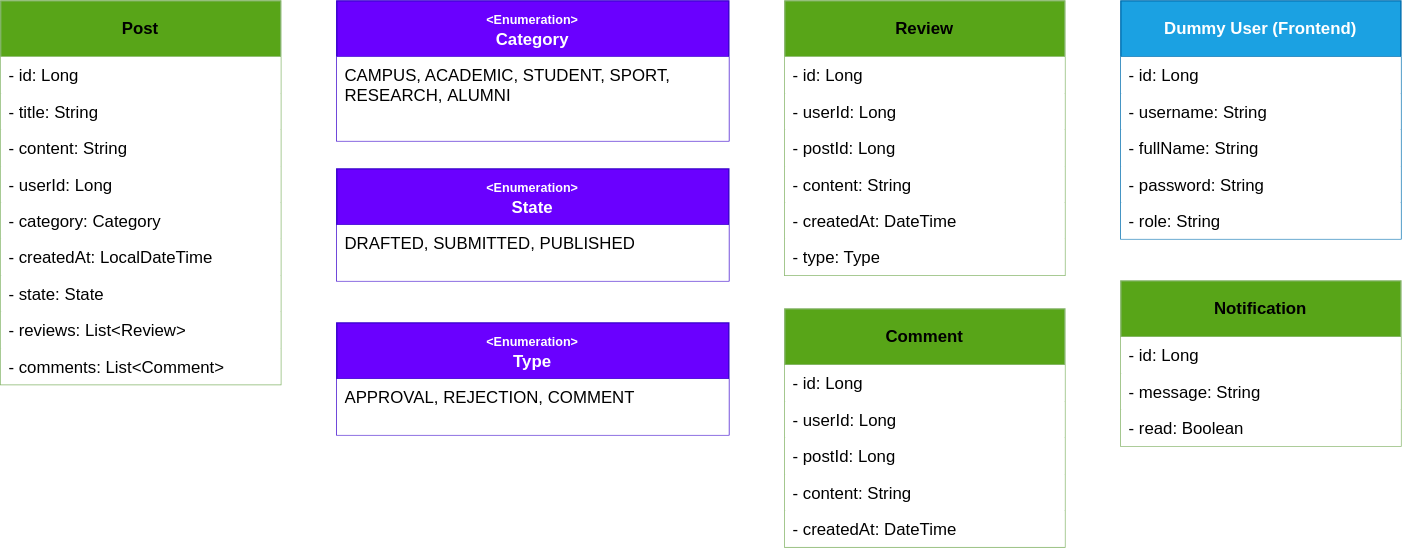
Before: architecture/entities.drawio.svg, a diagram exported from draw.io (pxlit-projects/project-Su-zenGeurtsPXL-1). Source tidied: cells renumbered, new cells last; positions are measured from the earlier drawing's top-left corner, leaving out a move shared by most shapes.
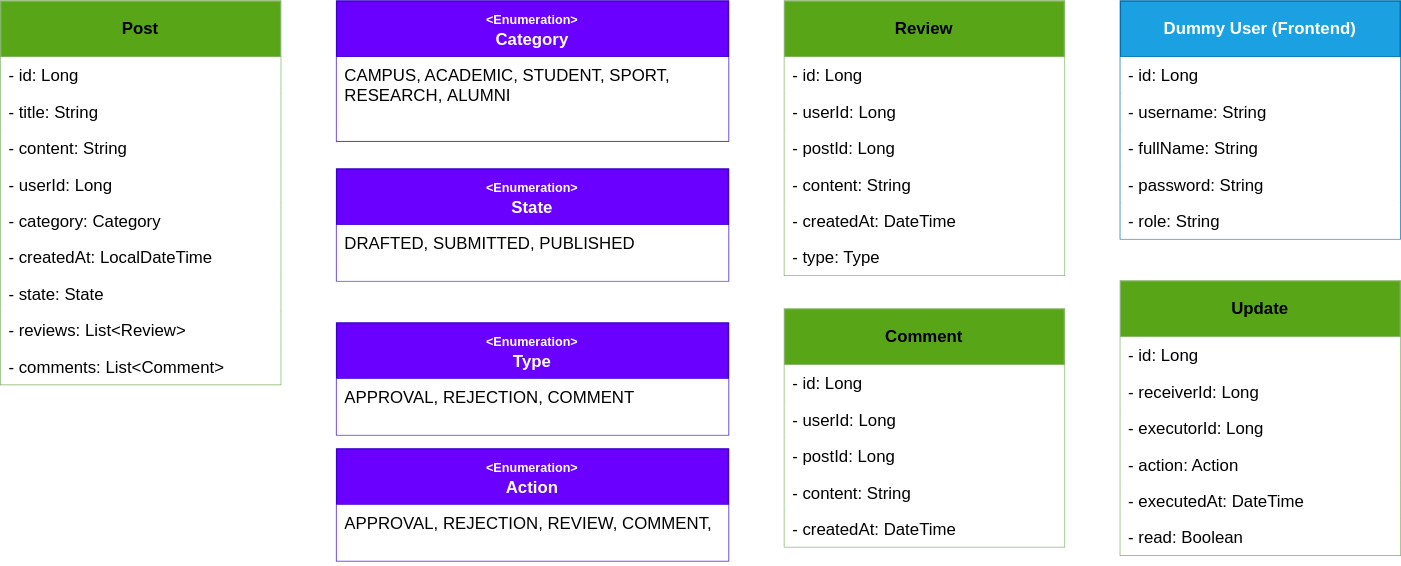
Above is the later version.

Commit message:
[SETUP] Updated entities

Change to the diagram source:
```diff
@@ -101,17 +101,26 @@
     <mxCell id="34" value="- role: String" style="text;align=left;verticalAlign=top;spacingLeft=4;spacingRight=4;overflow=hidden;whiteSpace=wrap;html=1;fillColor=default;" parent="29" vertex="1">
       <mxGeometry y="144" width="200" height="26" as="geometry" />
     </mxCell>
-    <mxCell id="35" value="&lt;b&gt;Notification&lt;/b&gt;" style="swimlane;fontStyle=0;horizontal=1;startSize=40;whiteSpace=wrap;html=1;fillColor=#58a518;strokeColor=#82b366;" parent="1" vertex="1">
-      <mxGeometry x="800" y="200" width="200" height="118" as="geometry" />
+    <mxCell id="35" value="&lt;b&gt;Update&lt;/b&gt;" style="swimlane;fontStyle=0;horizontal=1;startSize=40;whiteSpace=wrap;html=1;fillColor=#58a518;strokeColor=#82b366;" parent="1" vertex="1">
+      <mxGeometry x="800" y="200" width="200" height="196" as="geometry" />
     </mxCell>
     <mxCell id="36" value="- id: Long" style="text;align=left;verticalAlign=top;spacingLeft=4;spacingRight=4;overflow=hidden;whiteSpace=wrap;html=1;fillColor=default;" parent="35" vertex="1">
       <mxGeometry y="40" width="200" height="26" as="geometry" />
     </mxCell>
-    <mxCell id="37" value="- message: String" style="text;align=left;verticalAlign=top;spacingLeft=4;spacingRight=4;overflow=hidden;whiteSpace=wrap;html=1;fillColor=default;" parent="35" vertex="1">
+    <mxCell id="37" value="- receiverId: Long" style="text;align=left;verticalAlign=top;spacingLeft=4;spacingRight=4;overflow=hidden;whiteSpace=wrap;html=1;fillColor=default;" parent="35" vertex="1">
       <mxGeometry y="66" width="200" height="26" as="geometry" />
     </mxCell>
+    <mxCell id="41" value="- executorId: Long" style="text;align=left;verticalAlign=top;spacingLeft=4;spacingRight=4;overflow=hidden;whiteSpace=wrap;html=1;fillColor=default;" parent="35" vertex="1">
+      <mxGeometry y="92" width="200" height="26" as="geometry" />
+    </mxCell>
+    <mxCell id="42" value="- action: Action" style="text;align=left;verticalAlign=top;spacingLeft=4;spacingRight=4;overflow=hidden;whiteSpace=wrap;html=1;fillColor=default;" parent="35" vertex="1">
+      <mxGeometry y="118" width="200" height="26" as="geometry" />
+    </mxCell>
+    <mxCell id="43" value="- executedAt: DateTime" style="text;align=left;verticalAlign=top;spacingLeft=4;spacingRight=4;overflow=hidden;whiteSpace=wrap;html=1;fillColor=default;" parent="35" vertex="1">
+      <mxGeometry y="144" width="200" height="26" as="geometry" />
+    </mxCell>
     <mxCell id="38" value="- read: Boolean" style="text;align=left;verticalAlign=top;spacingLeft=4;spacingRight=4;overflow=hidden;whiteSpace=wrap;html=1;fillColor=default;" parent="35" vertex="1">
-      <mxGeometry y="92" width="200" height="26" as="geometry" />
+      <mxGeometry y="170" width="200" height="26" as="geometry" />
     </mxCell>
     <mxCell id="39" value="&lt;div&gt;&lt;b&gt;&lt;font style=&quot;font-size: 9px;&quot;&gt;&amp;lt;Enumeration&amp;gt;&lt;/font&gt;&lt;/b&gt;&lt;/div&gt;&lt;b&gt;Type&lt;/b&gt;" style="swimlane;fontStyle=0;horizontal=1;startSize=40;whiteSpace=wrap;html=1;fillColor=#6a00ff;strokeColor=#3700CC;fontColor=#ffffff;" parent="1" vertex="1">
       <mxGeometry x="240" y="230" width="280" height="80" as="geometry" />
@@ -119,5 +128,11 @@
     <mxCell id="40" value="APPROVAL,&amp;nbsp;&lt;span style=&quot;background-color: initial;&quot;&gt;REJECTION,&amp;nbsp;&lt;/span&gt;&lt;span style=&quot;background-color: initial;&quot;&gt;COMMENT&lt;/span&gt;" style="text;align=left;verticalAlign=top;spacingLeft=4;spacingRight=4;overflow=hidden;whiteSpace=wrap;html=1;fillColor=default;" parent="39" vertex="1">
       <mxGeometry y="40" width="280" height="40" as="geometry" />
     </mxCell>
+    <mxCell id="44" value="&lt;div&gt;&lt;b&gt;&lt;font style=&quot;font-size: 9px;&quot;&gt;&amp;lt;Enumeration&amp;gt;&lt;/font&gt;&lt;/b&gt;&lt;/div&gt;&lt;b&gt;Action&lt;/b&gt;" style="swimlane;fontStyle=0;horizontal=1;startSize=40;whiteSpace=wrap;html=1;fillColor=#6a00ff;strokeColor=#3700CC;fontColor=#ffffff;" parent="1" vertex="1">
+      <mxGeometry x="240" y="320" width="280" height="80" as="geometry" />
+    </mxCell>
+    <mxCell id="45" value="APPROVAL,&amp;nbsp;&lt;span style=&quot;background-color: initial;&quot;&gt;REJECTION, REVIEW,&amp;nbsp;&lt;/span&gt;&lt;span style=&quot;background-color: initial;&quot;&gt;COMMENT,&lt;/span&gt;" style="text;align=left;verticalAlign=top;spacingLeft=4;spacingRight=4;overflow=hidden;whiteSpace=wrap;html=1;fillColor=default;" parent="44" vertex="1">
+      <mxGeometry y="40" width="280" height="40" as="geometry" />
+    </mxCell>
   </root>
 </mxGraphModel>
```
